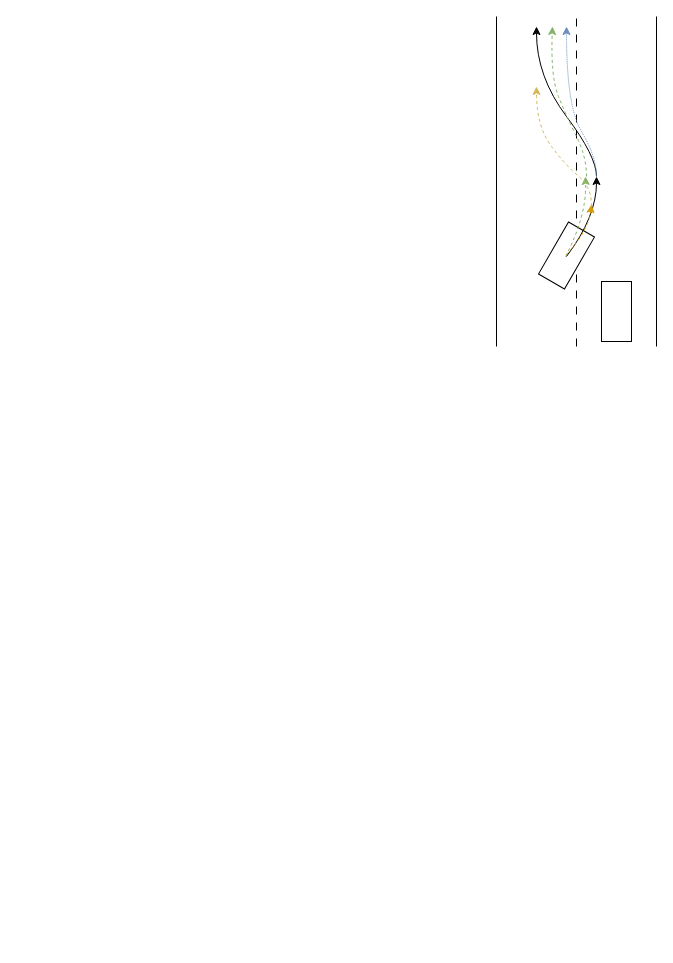
Above: Files/trajectory.drawio in zhangjoey115/Diagrams (draw.io), before the change. Source tidied: cells renumbered, new cells numbered last; positions are measured from the earlier drawing's top-left corner, leaving out a move shared by most shapes. Both pictures are drawn from the tidied source at 100%, with x=0, y=0 at pixel (496, 16).
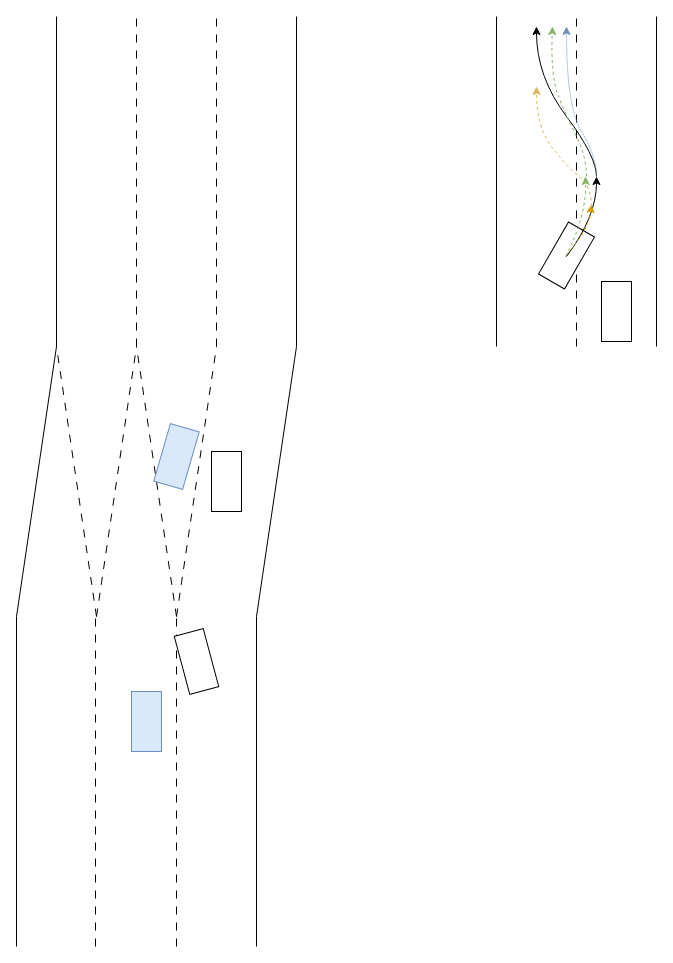
The same page after the edit.

The edit, as a diff of the source:
```diff
@@
+    <mxCell id="14" style="endArrow=none;html=1;rounded=0;" parent="1" edge="1">
+      <mxGeometry relative="1" as="geometry">
+        <mxPoint x="-440" y="330" as="sourcePoint" />
+        <mxPoint x="-440" as="targetPoint" />
+      </mxGeometry>
+    </mxCell>
+    <mxCell id="15" style="endArrow=none;html=1;rounded=0;" parent="1" edge="1">
+      <mxGeometry relative="1" as="geometry">
+        <mxPoint x="-200" y="330" as="sourcePoint" />
+        <mxPoint x="-200" as="targetPoint" />
+      </mxGeometry>
+    </mxCell>
+    <mxCell id="16" style="endArrow=none;dashed=1;html=1;rounded=0;dashPattern=8 8;" parent="1" edge="1">
+      <mxGeometry relative="1" as="geometry">
+        <mxPoint x="-280" y="330" as="sourcePoint" />
+        <mxPoint x="-280" as="targetPoint" />
+      </mxGeometry>
+    </mxCell>
+    <mxCell id="17" style="endArrow=none;dashed=1;html=1;rounded=0;dashPattern=8 8;" parent="1" edge="1">
+      <mxGeometry relative="1" as="geometry">
+        <mxPoint x="-320" y="600" as="sourcePoint" />
+        <mxPoint x="-280" y="330" as="targetPoint" />
+      </mxGeometry>
+    </mxCell>
+    <mxCell id="18" style="endArrow=none;dashed=1;html=1;rounded=0;dashPattern=8 8;" parent="1" edge="1">
+      <mxGeometry relative="1" as="geometry">
+        <mxPoint x="-400" y="600" as="sourcePoint" />
+        <mxPoint x="-360" y="330" as="targetPoint" />
+      </mxGeometry>
+    </mxCell>
+    <mxCell id="19" style="endArrow=none;dashed=1;html=1;rounded=0;dashPattern=8 8;" parent="1" edge="1">
+      <mxGeometry relative="1" as="geometry">
+        <mxPoint x="-360" y="330" as="sourcePoint" />
+        <mxPoint x="-360" as="targetPoint" />
+      </mxGeometry>
+    </mxCell>
+    <mxCell id="20" style="endArrow=none;dashed=1;html=1;rounded=0;dashPattern=8 8;" parent="1" edge="1">
+      <mxGeometry relative="1" as="geometry">
+        <mxPoint x="-400" y="600" as="sourcePoint" />
+        <mxPoint x="-440" y="330" as="targetPoint" />
+      </mxGeometry>
+    </mxCell>
+    <mxCell id="21" style="endArrow=none;dashed=1;html=1;rounded=0;dashPattern=8 8;" parent="1" edge="1">
+      <mxGeometry relative="1" as="geometry">
+        <mxPoint x="-320" y="930" as="sourcePoint" />
+        <mxPoint x="-320" y="600" as="targetPoint" />
+      </mxGeometry>
+    </mxCell>
+    <mxCell id="22" style="endArrow=none;dashed=1;html=1;rounded=0;dashPattern=8 8;" parent="1" edge="1">
+      <mxGeometry relative="1" as="geometry">
+        <mxPoint x="-401" y="930" as="sourcePoint" />
+        <mxPoint x="-401" y="600" as="targetPoint" />
+      </mxGeometry>
+    </mxCell>
+    <mxCell id="23" style="endArrow=none;dashed=1;html=1;rounded=0;dashPattern=8 8;" parent="1" edge="1">
+      <mxGeometry relative="1" as="geometry">
+        <mxPoint x="-320" y="600" as="sourcePoint" />
+        <mxPoint x="-360" y="330" as="targetPoint" />
+      </mxGeometry>
+    </mxCell>
+    <mxCell id="24" style="endArrow=none;html=1;rounded=0;" parent="1" edge="1">
+      <mxGeometry relative="1" as="geometry">
+        <mxPoint x="-480" y="600" as="sourcePoint" />
+        <mxPoint x="-440" y="330" as="targetPoint" />
+      </mxGeometry>
+    </mxCell>
+    <mxCell id="25" style="endArrow=none;html=1;rounded=0;" parent="1" edge="1">
+      <mxGeometry relative="1" as="geometry">
+        <mxPoint x="-480" y="930" as="sourcePoint" />
+        <mxPoint x="-480" y="600" as="targetPoint" />
+      </mxGeometry>
+    </mxCell>
+    <mxCell id="26" style="endArrow=none;html=1;rounded=0;" parent="1" edge="1">
+      <mxGeometry relative="1" as="geometry">
+        <mxPoint x="-240" y="600" as="sourcePoint" />
+        <mxPoint x="-200" y="330" as="targetPoint" />
+      </mxGeometry>
+    </mxCell>
+    <mxCell id="27" style="endArrow=none;html=1;rounded=0;" parent="1" edge="1">
+      <mxGeometry relative="1" as="geometry">
+        <mxPoint x="-240" y="930" as="sourcePoint" />
+        <mxPoint x="-240" y="600" as="targetPoint" />
+      </mxGeometry>
+    </mxCell>
+    <mxCell id="28" style="rounded=0;whiteSpace=wrap;html=1;rotation=-90;" parent="1" vertex="1">
+      <mxGeometry x="-300" y="450" width="60" height="30" as="geometry" />
+    </mxCell>
+    <mxCell id="29" style="rounded=0;whiteSpace=wrap;html=1;rotation=-73.9;fillColor=#dae8fc;strokeColor=#6c8ebf;" parent="1" vertex="1">
+      <mxGeometry x="-350" y="425" width="60" height="30" as="geometry" />
+    </mxCell>
+    <mxCell id="30" style="rounded=0;whiteSpace=wrap;html=1;rotation=-90;fillColor=#dae8fc;strokeColor=#6c8ebf;" parent="1" vertex="1">
+      <mxGeometry x="-380" y="690" width="60" height="30" as="geometry" />
+    </mxCell>
+    <mxCell id="31" style="rounded=0;whiteSpace=wrap;html=1;rotation=-105;" parent="1" vertex="1">
+      <mxGeometry x="-330" y="630" width="60" height="30" as="geometry" />
+    </mxCell>
```
